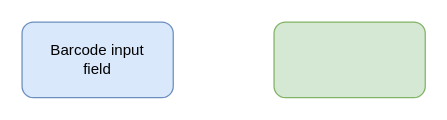
Above: spec-check-flow.drawio in spectral-cockpit/speccheck (draw.io), before the change. Source tidied: cells renumbered, new cells numbered last; positions are measured from the earlier drawing's top-left corner, leaving out a move shared by most shapes. Both pictures are drawn from the tidied source at 126%, with x=0, y=0 at pixel (21, 21).
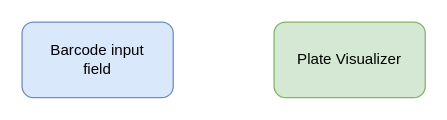
Above is the later version.

The edit, as a diff of the source:
```diff
@@
 <mxGraphModel>
   <root>
     <mxCell id="0" />
     <mxCell id="1" parent="0" />
     <mxCell id="2" value="&lt;div&gt;Barcode input&lt;/div&gt;&lt;div&gt;field&lt;/div&gt;" style="rounded=1;whiteSpace=wrap;html=1;fillColor=#dae8fc;strokeColor=#6c8ebf;" parent="1" vertex="1">
       <mxGeometry width="120" height="60" as="geometry" />
     </mxCell>
-    <mxCell id="3" style="rounded=1;whiteSpace=wrap;html=1;fillColor=#d5e8d4;strokeColor=#82b366;" parent="1" vertex="1">
+    <mxCell id="3" value="&lt;div&gt;Plate Visualizer&lt;br&gt;&lt;/div&gt;" style="rounded=1;whiteSpace=wrap;html=1;fillColor=#d5e8d4;strokeColor=#82b366;" parent="1" vertex="1">
       <mxGeometry x="200" width="120" height="60" as="geometry" />
     </mxCell>
   </root>
 </mxGraphModel>
```
